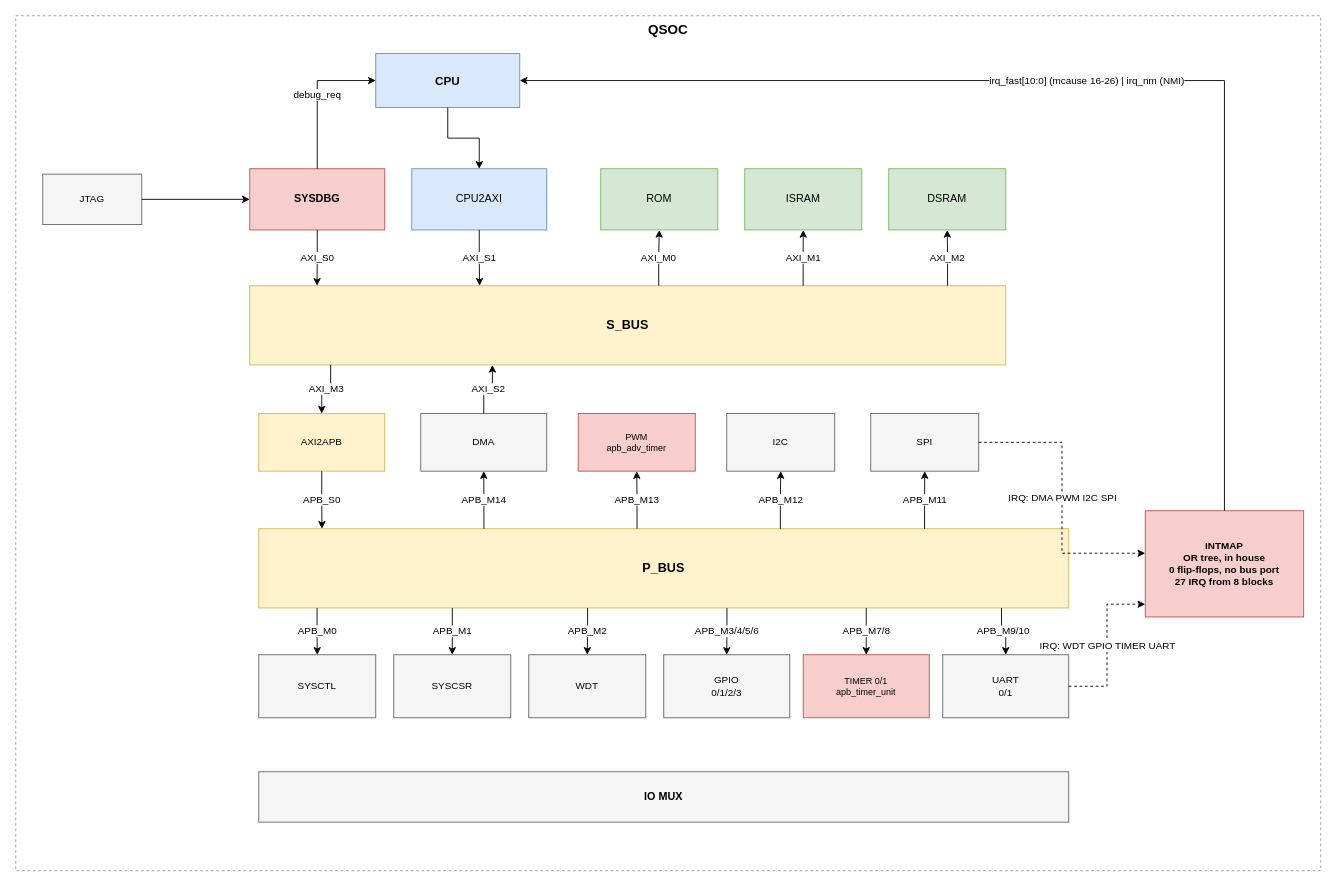
This is doc/drawio/QSOC_Block_Diagram.drawio from quynhonsemiconductor/vlsi_deep_training, a draw.io file, before an edit. Source tidied: cells renumbered, new cells numbered last; positions are measured from the earlier drawing's top-left corner, leaving out a move shared by most shapes. Both pictures are drawn from the tidied source at 90%, with x=0, y=0 at pixel (15, 15).
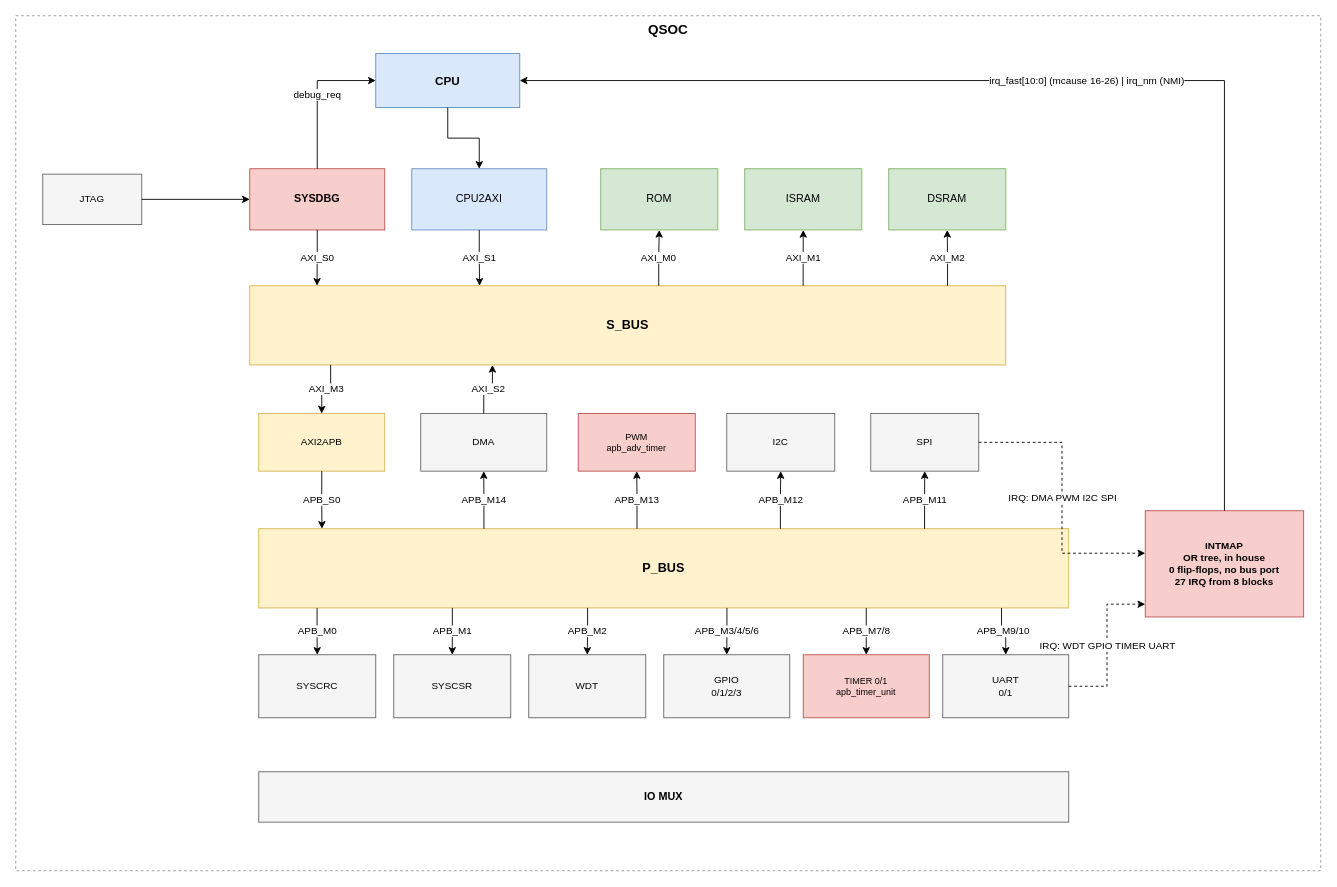
The same page after the edit.

The edit, as a diff of the source:
```diff
@@
-    <mxCell id="18" value="SYSCTL" style="rounded=0;whiteSpace=wrap;html=1;fillColor=#f5f5f5;strokeColor=#666666;fontSize=11;dashed=0;verticalAlign=middle;" parent="1" vertex="1">
+    <mxCell id="18" value="SYSCRC" style="rounded=0;whiteSpace=wrap;html=1;fillColor=#f5f5f5;strokeColor=#666666;fontSize=11;dashed=0;verticalAlign=middle;" parent="1" vertex="1">
       <mxGeometry x="270" y="710" width="130" height="70" as="geometry" />
     </mxCell>
```
